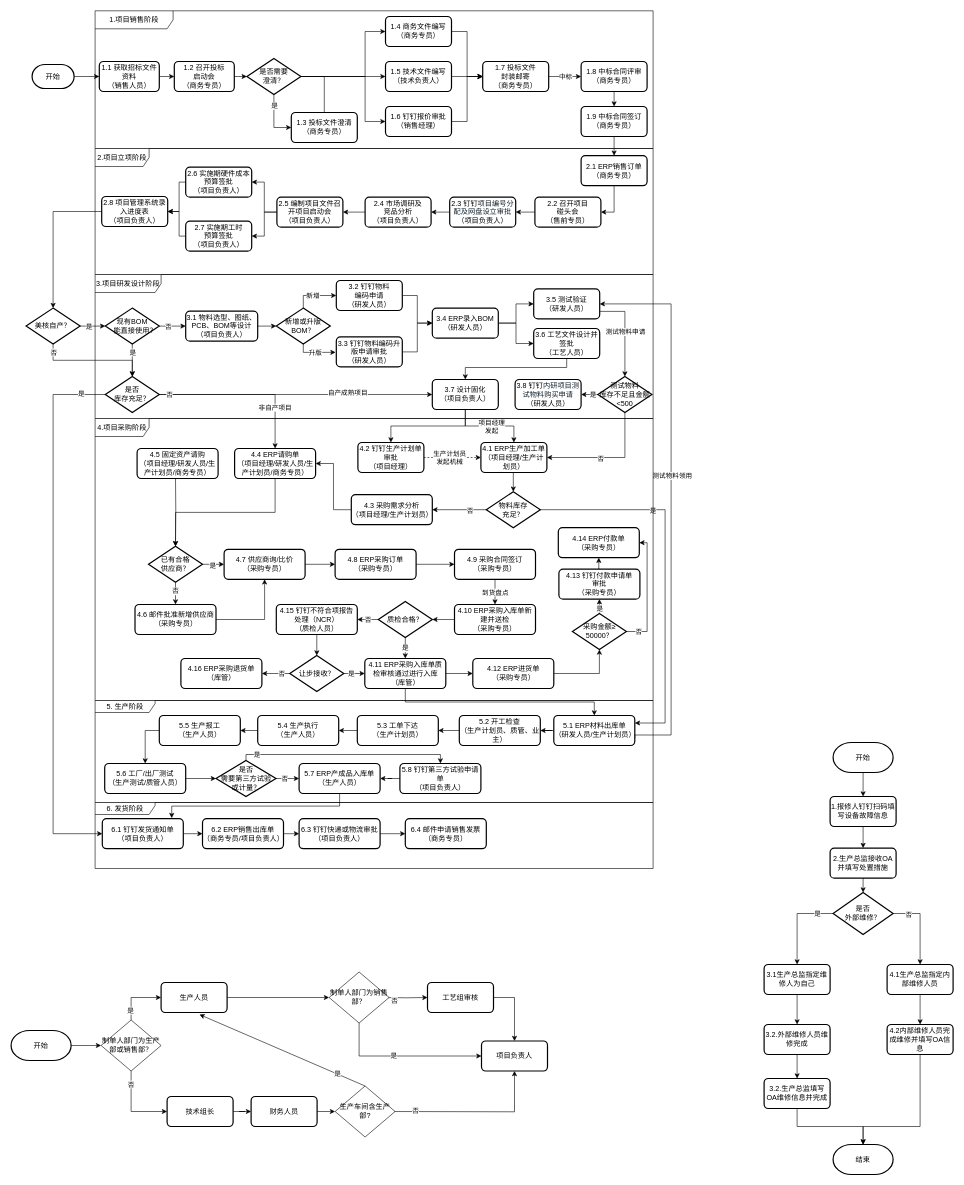
Before: 美核电气项目生产采购流程图.drawio in eltweiyao/app-diagrams, a draw.io diagram. Source tidied: cells renumbered, new cells numbered last; positions are measured from the earlier drawing's top-left corner, leaving out a move shared by most shapes. Both pictures are drawn from the tidied source at 60%, with x=0, y=0 at pixel (11, 10).
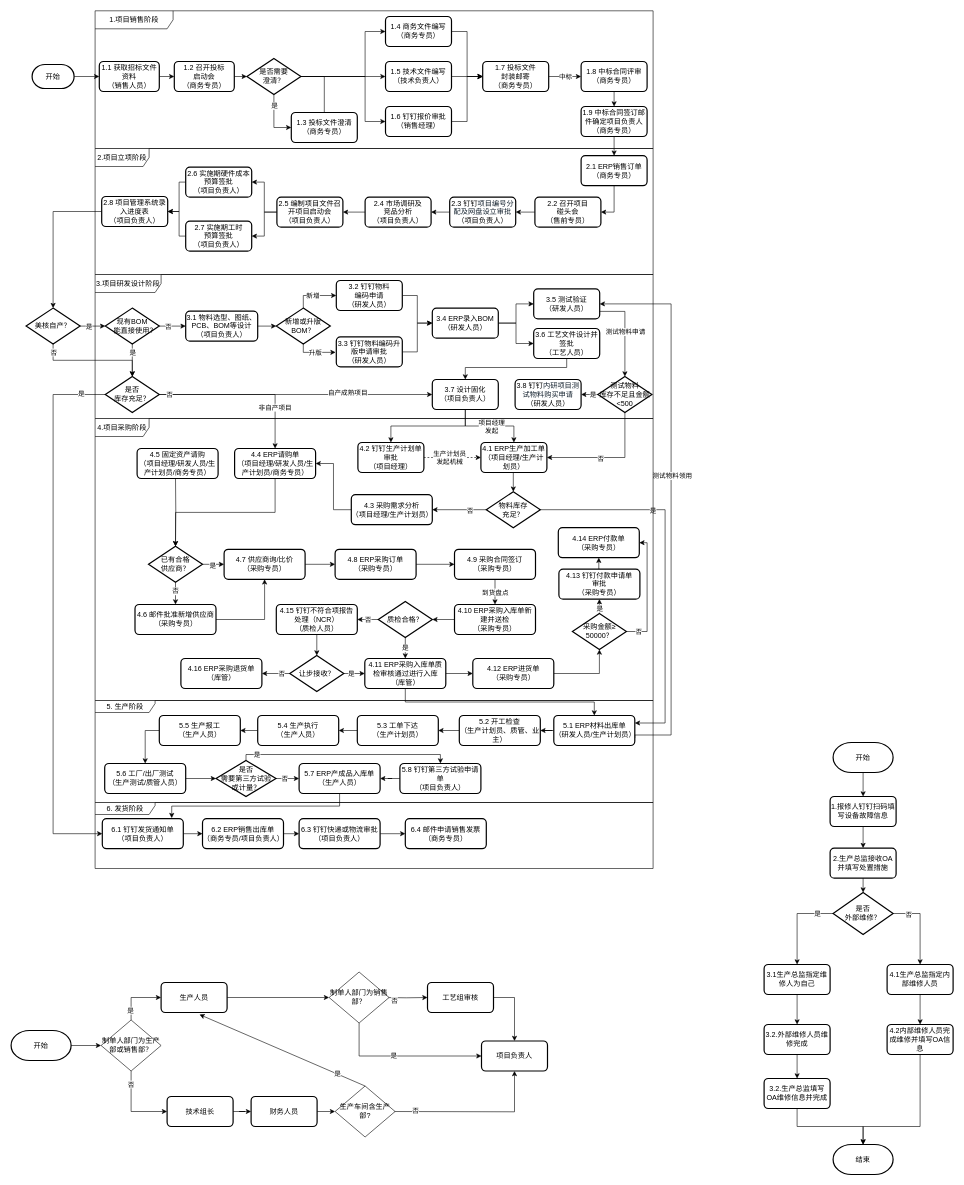
Above is the later version.

Commit message:
更新美核电气项目生产采购流程图.drawio

Change to the diagram source:
```diff
@@
-    <mxCell id="30" value="1.9 中标合同签订&lt;br&gt;（商务专员）" style="rounded=1;whiteSpace=wrap;html=1;absoluteArcSize=1;arcSize=14;strokeWidth=2;" parent="1" vertex="1">
+    <mxCell id="30" value="1.9 中标合同签订邮件确定项目负责人&lt;br&gt;（商务专员）" style="rounded=1;whiteSpace=wrap;html=1;absoluteArcSize=1;arcSize=14;strokeWidth=2;" parent="1" vertex="1">
       <mxGeometry x="950" y="160" width="110" height="50" as="geometry" />
     </mxCell>
```
